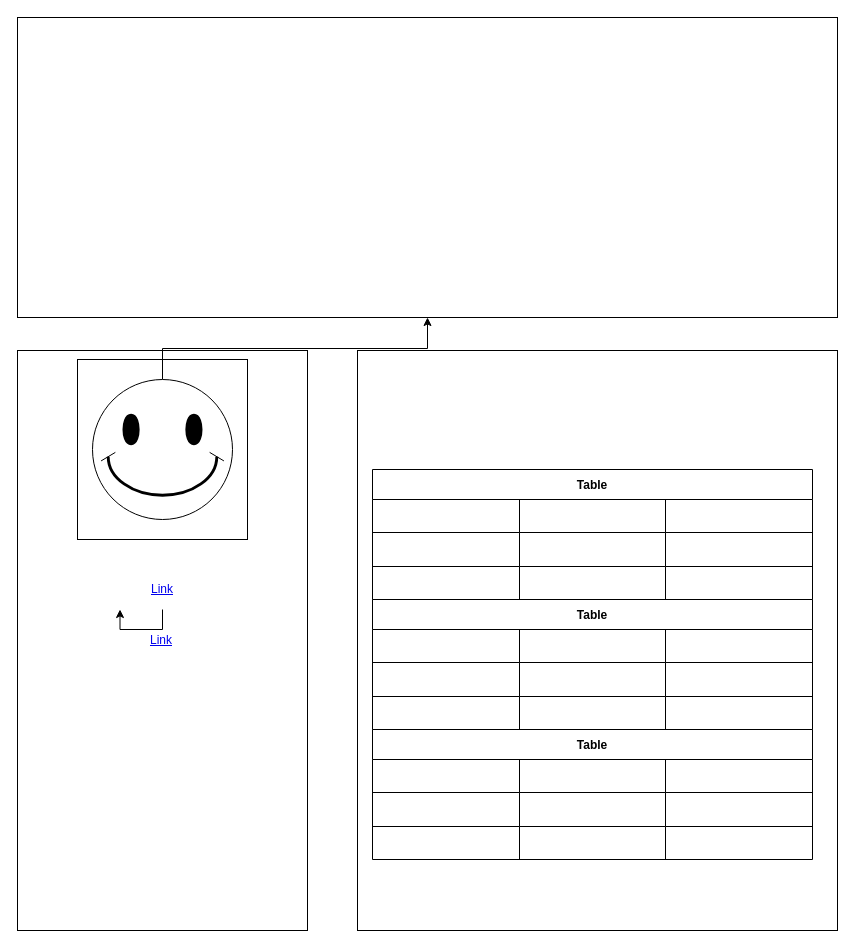
The draw.io diagram Başlıksız Diyagram.drawio in miciks/martin_luther, before the edit. Source tidied: cells renumbered, new cells numbered last; positions are measured from the earlier drawing's top-left corner, leaving out a move shared by most shapes. Both pictures are drawn from the tidied source at 100%, with x=0, y=0 at pixel (17, 17).
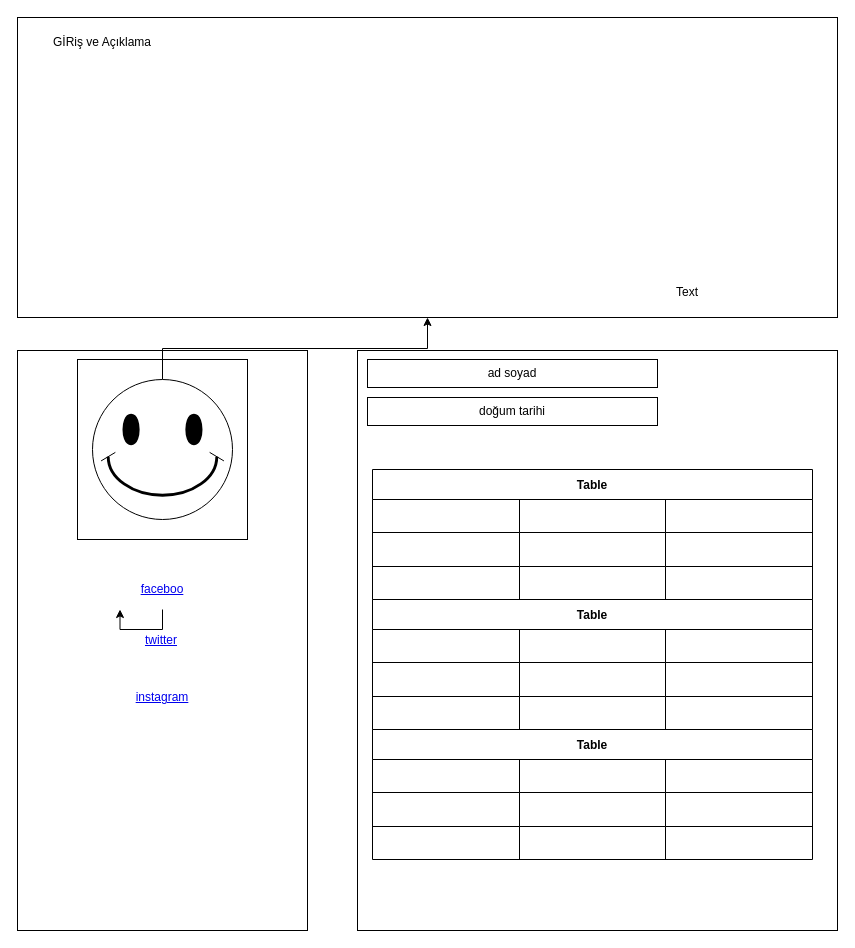
The same page after the edit.

Commit message:
MArtin_luther diyagram.drawio

Change to the diagram source:
```diff
@@
-    <mxCell id="47" value="Link" style="text;html=1;strokeColor=none;fillColor=none;whiteSpace=wrap;align=center;verticalAlign=middle;fontColor=#0000EE;fontStyle=4;" parent="1" vertex="1">
+    <mxCell id="47" value="faceboo" style="text;html=1;strokeColor=none;fillColor=none;whiteSpace=wrap;align=center;verticalAlign=middle;fontColor=#0000EE;fontStyle=4;" parent="1" vertex="1">
       <mxGeometry x="60" y="552" width="170" height="40" as="geometry" />
     </mxCell>
@@
-    <mxCell id="49" value="Link" style="text;html=1;strokeColor=none;fillColor=none;whiteSpace=wrap;align=center;verticalAlign=middle;fontColor=#0000EE;fontStyle=4;" parent="1" vertex="1">
+    <mxCell id="49" value="twitter" style="text;html=1;strokeColor=none;fillColor=none;whiteSpace=wrap;align=center;verticalAlign=middle;fontColor=#0000EE;fontStyle=4;" parent="1" vertex="1">
       <mxGeometry x="59" y="603" width="170" height="40" as="geometry" />
     </mxCell>
+    <mxCell id="50" value="GİRiş ve Açıklama" style="text;html=1;strokeColor=none;fillColor=none;align=center;verticalAlign=middle;whiteSpace=wrap;rounded=0;" parent="1" vertex="1">
+      <mxGeometry x="10" y="10" width="150" height="30" as="geometry" />
+    </mxCell>
+    <mxCell id="51" value="Text" style="text;html=1;strokeColor=none;fillColor=none;align=center;verticalAlign=middle;whiteSpace=wrap;rounded=0;" parent="1" vertex="1">
+      <mxGeometry x="640" y="260" width="60" height="30" as="geometry" />
+    </mxCell>
+    <mxCell id="52" value="instagram" style="text;html=1;strokeColor=none;fillColor=none;whiteSpace=wrap;align=center;verticalAlign=middle;fontColor=#0000EE;fontStyle=4;" parent="1" vertex="1">
+      <mxGeometry x="60" y="660" width="170" height="40" as="geometry" />
+    </mxCell>
+    <mxCell id="53" value="ad soyad" style="rounded=0;whiteSpace=wrap;html=1;" parent="1" vertex="1">
+      <mxGeometry x="350" y="342" width="290" height="28" as="geometry" />
+    </mxCell>
+    <mxCell id="54" value="doğum tarihi" style="rounded=0;whiteSpace=wrap;html=1;" parent="1" vertex="1">
+      <mxGeometry x="350" y="380" width="290" height="28" as="geometry" />
+    </mxCell>
```
